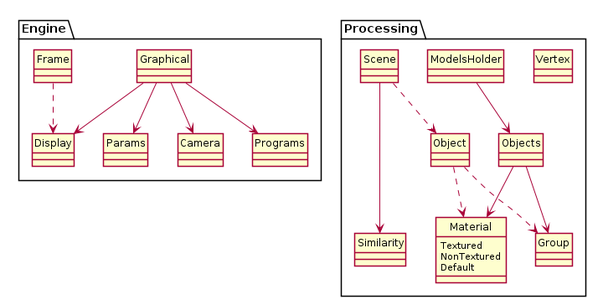
Before: RAPPORTS/diagrames/graphics.png, a diagram exported from PlantUML (technolapin/moteur-de-jeu).
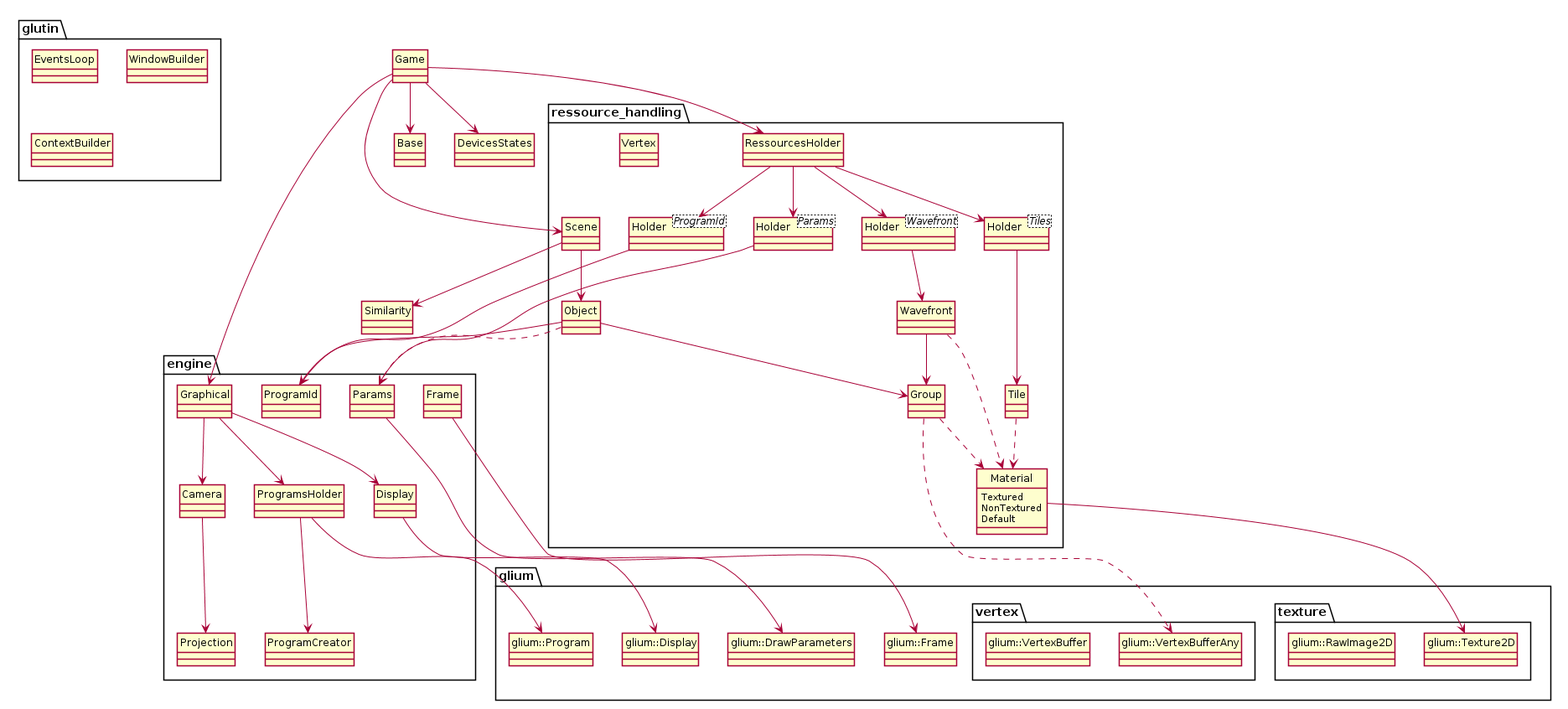
After the change.

Commit message:
mis à jours diagramme des classes de la partie graphics

Change to the diagram source:
```diff
@@ -3,54 +3,113 @@
 
 
 
-package Engine
+package engine
 {
+	class Projection
+	class Camera
+	class Display
+	class Frame
 	class Graphical
-	class Frame
-	class Camera
-	class Programs
-	class Display
 	class Params
-
+	class ProgramCreator
+	class ProgramId
+	class ProgramsHolder
 }
 
-package Processing
+package ressource_handling
 {
-	class Vertex
 	class Group
+
+	class "Holder<Wavefront>" as h_wavefront
+	class "Holder<ProgramId>" as h_programs
+	class "Holder<Tiles>" as h_tiles
+	class "Holder<Params>" as h_params
+
 	enum Material {
 	     Textured
     	     NonTextured
 	     Default
 	}
-	class ModelsHolder
 	class Object
-	class Objects
+	class RessourcesHolder
+	class Tile
 	class Scene
 	class Vertex
-	class Similarity
+	class Wavefront
+}
 
+class Similarity
+class Game
+
+package glium
+{
+	package vertex
+	{
+		class glium::VertexBufferAny
+		class glium::VertexBuffer
+	}
+	package texture
+	{
+		class glium::Texture2D
+		class glium::RawImage2D
+	}
+	class glium::DrawParameters
+	class glium::Display
+	class glium::Program
+	class glium::Frame
 }
 
 
-
-ModelsHolder --> Objects
-Object ..> Material
-Object ..> Group
-Objects --> Group
-Objects --> Material
-
-Graphical --> Camera
-Graphical --> Params
-Graphical --> Display
-Graphical --> Programs
+package glutin
+{
+	class EventsLoop
+	class WindowBuilder
+	class ContextBuilder
+}
 
 
-Scene ..> Object
-Scene ---> Similarity
+RessourcesHolder --> h_wavefront
+RessourcesHolder --> h_params
+RessourcesHolder --> h_tiles
+RessourcesHolder --> h_programs
+h_wavefront --> Wavefront
+h_params --> Params
+h_tiles --> Tile
+h_programs --> ProgramId
+Object --> Group
+Object --> ProgramId
+Object ..> Params
+Group ...> glium::VertexBufferAny
+Group ..> Material
+Wavefront --> Group
+Wavefront ..> Material
+Tile ..> Material
+
+Scene --> Object
+Scene --> Similarity
+
+Material --> glium::Texture2D
 
 
-Frame ..> Display
+
+Camera --> Projection
+Frame --> glium::Frame
+
+ProgramsHolder --> glium::Program
+ProgramsHolder --> ProgramCreator
+Display --> glium::Display
+
+Graphical --> Display
+Graphical --> ProgramsHolder
+Graphical --> Camera
+
+Params --> glium::DrawParameters
 
 
+Game --> Scene
+Game --> Graphical
+Game --> RessourcesHolder
+Game --> Base
+Game --> DevicesStates
+
 @enduml
```
